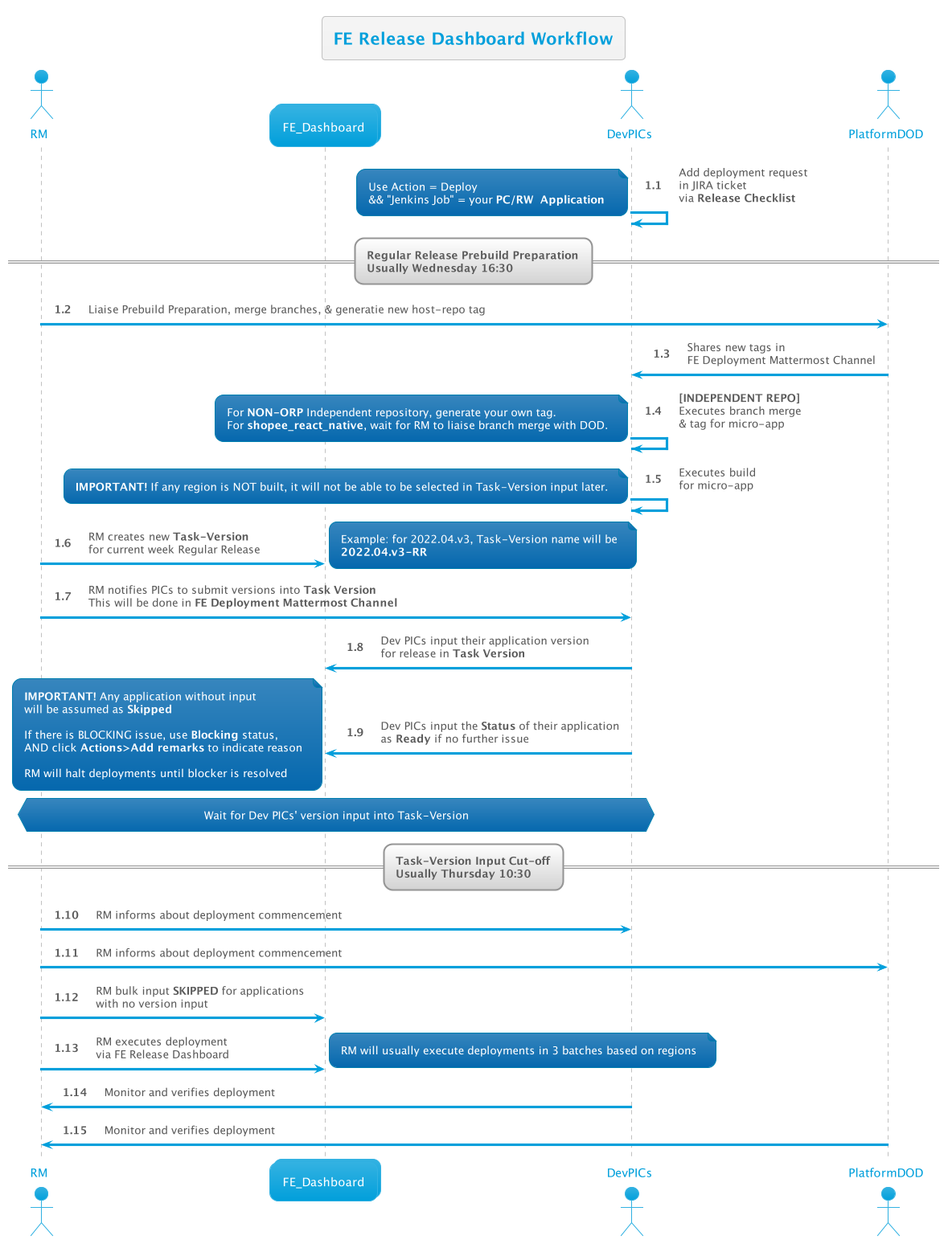
This is out/FE Release Dashboard/Workflow/1/1.png from thetomitomo/diagrams, a PlantUML export, as it was before one commit.
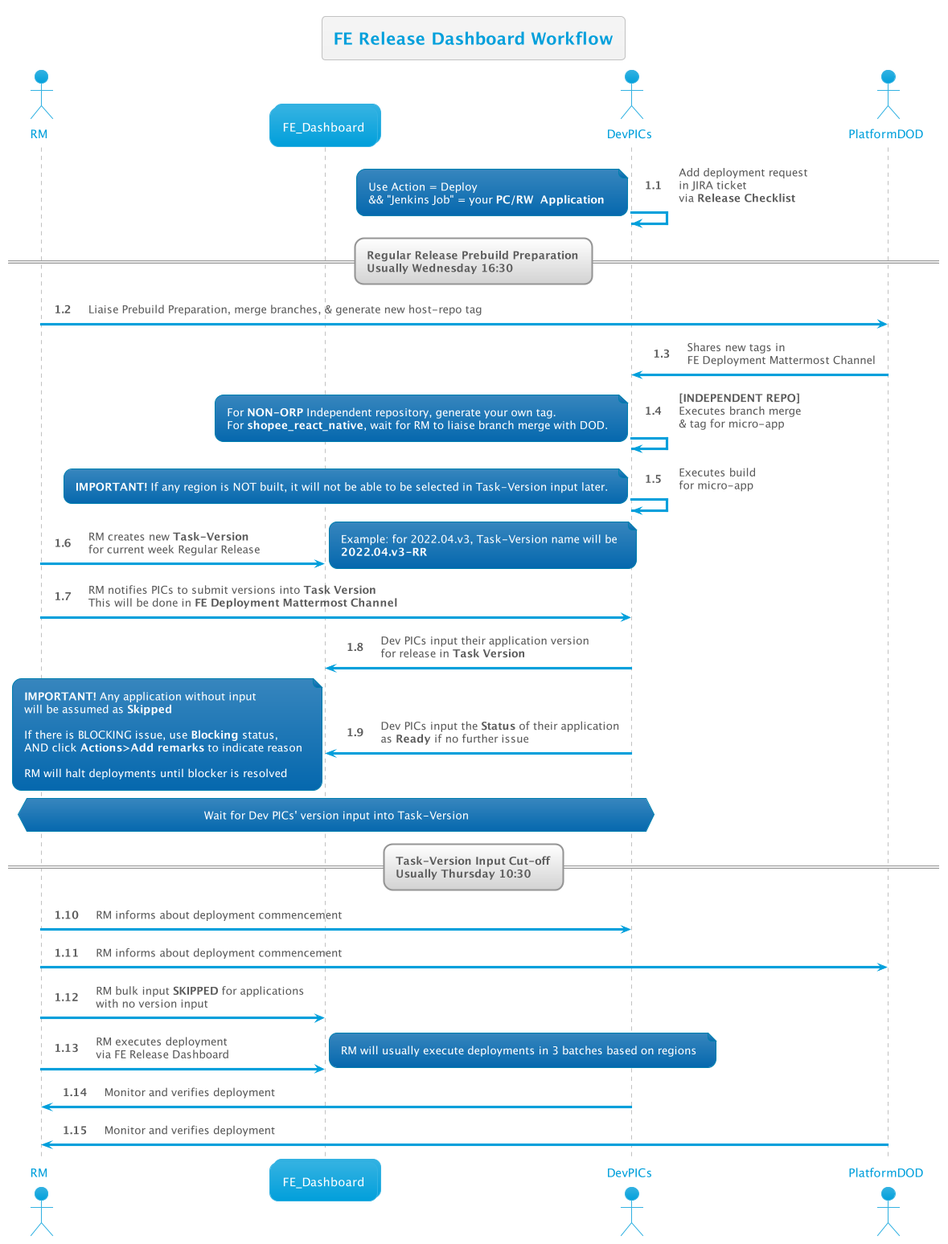
The same diagram one commit later.

What changed in the source:
```diff
@@ -13,7 +13,7 @@
 
 == Regular Release Prebuild Preparation\nUsually Wednesday 16:30  ==
 
-RM -> PlatformDOD : Liaise Prebuild Preparation, merge branches, & generatie new host-repo tag
+RM -> PlatformDOD : Liaise Prebuild Preparation, merge branches, & generate new host-repo tag
 PlatformDOD->DevPICs : Shares new tags in\nFE Deployment Mattermost Channel
 
 DevPICs -> DevPICs : <b>[INDEPENDENT REPO]</b>\nExecutes branch merge\n& tag for micro-app
```
